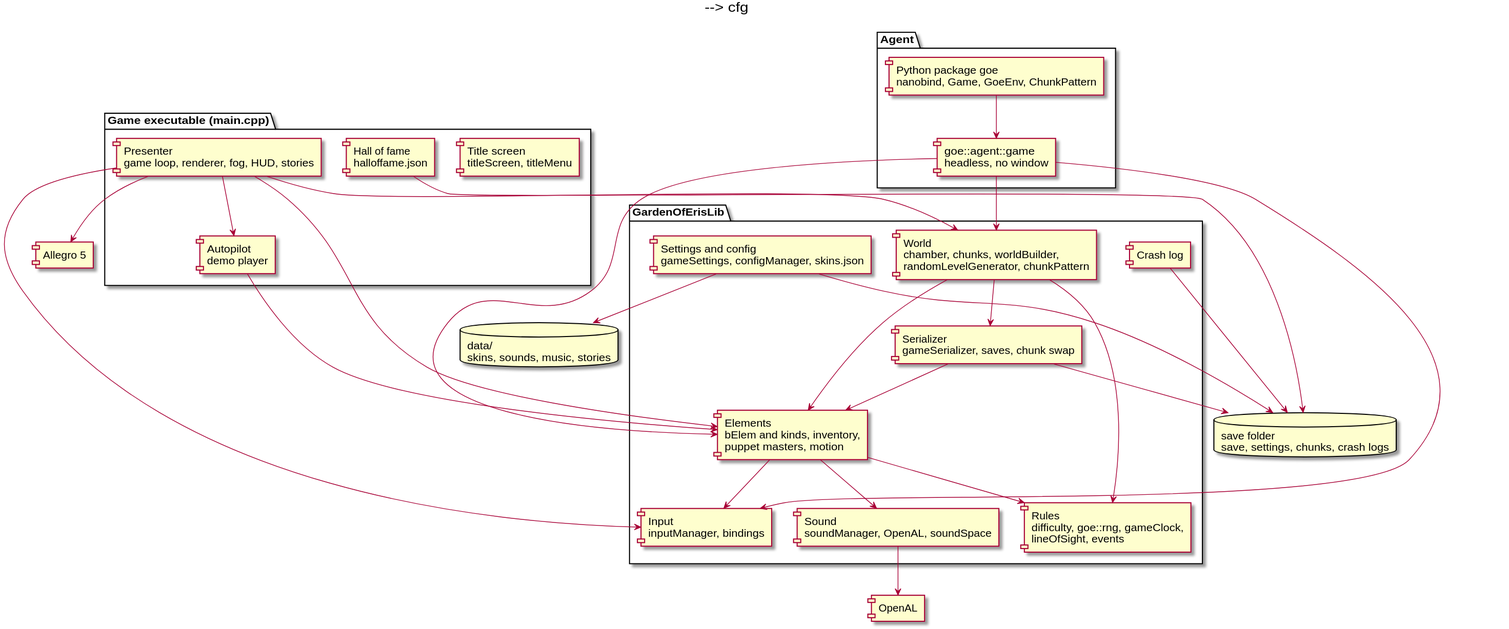
Before: docs/diagrams/14-components.svg, a diagram exported from PlantUML (arielkonopka/Gardens-of-Eris). Its diagram source:
```plantuml
@startuml
title Modules and how they depend on each other
skinparam componentStyle rectangle

package "Game executable (main.cpp)" {
  [Title screen\ntitleScreen, titleMenu] as title
  [Presenter\ngame loop, renderer, fog, HUD, stories] as pres
  [Autopilot\ndemo player] as pilot
  [Hall of fame\nhalloffame.json] as fame
}

package "GardenOfErisLib" {
  [Elements\nbElem and kinds, inventory,\npuppet masters, motion] as elems
  [World\nchamber, chunks, worldBuilder,\nrandomLevelGenerator, chunkPattern] as world
  [Serializer\ngameSerializer, saves, chunk swap] as ser
  [Rules\ndifficulty, goe::rng, gameClock,\nlineOfSight, events] as rules
  [Input\ninputManager, bindings] as input
  [Sound\nsoundManager, OpenAL, soundSpace] as sound
  [Settings and config\ngameSettings, configManager, skins.json] as cfg
  [Crash log] as crash
}

package "Agent" {
  [goe::agent::game\nheadless, no window] as agent
  [Python package goe\nnanobind, Game, GoeEnv, ChunkPattern] as python
}

database "data/\nskins, sounds, music, stories" as data
database "save folder\nsave, settings, chunks, crash logs" as saves
[Allegro 5] as allegro
[OpenAL] as openal

title --> pres
title --> fame
pres --> pilot
pres --> elems
pres --> world
pres --> input
pres --> allegro
pilot --> elems
elems --> rules
elems --> sound
elems --> input
world --> elems
world --> rules
world --> ser
ser --> elems
ser --> saves
fame --> saves
cfg --> data
cfg --> saves
sound --> openal
title --> cfg
crash --> saves
python --> agent
agent --> world
agent --> elems
agent --> input
@enduml
```
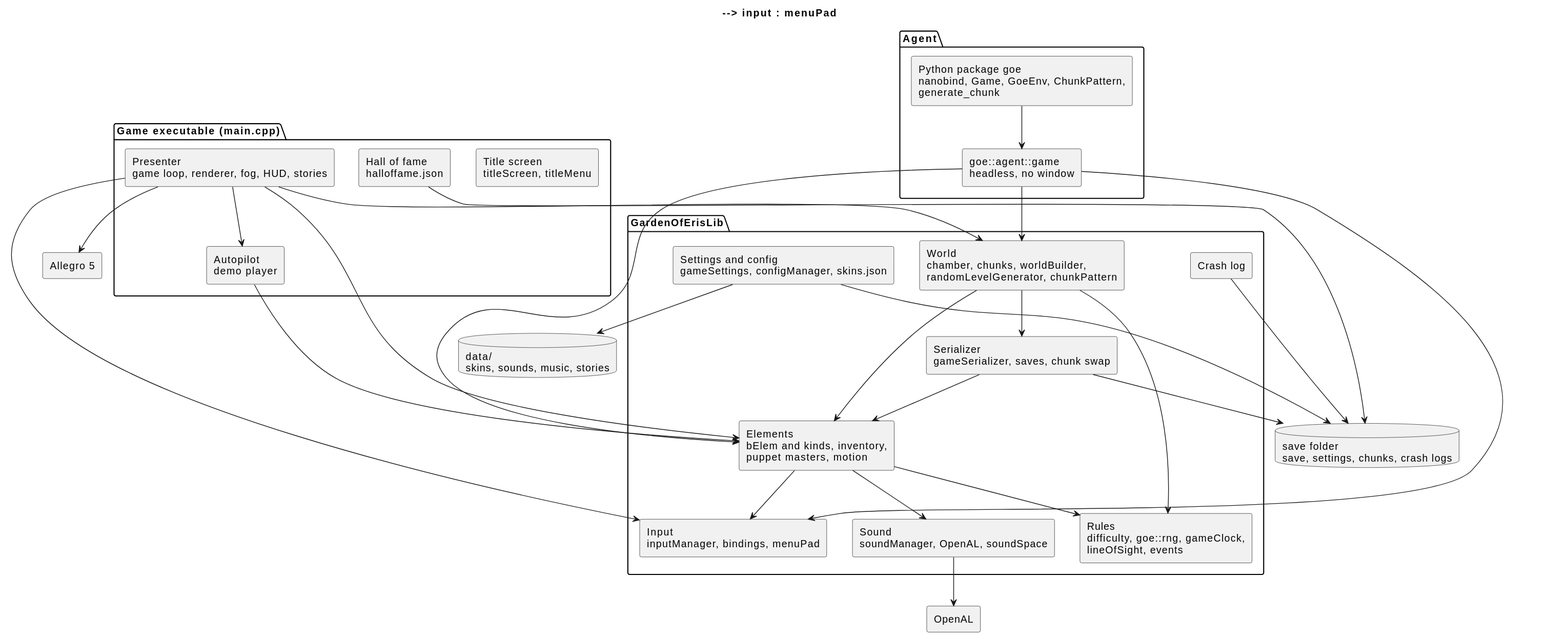
The same file after the commit.

Change to the diagram source:
```diff
@@ -14,7 +14,7 @@
   [World\nchamber, chunks, worldBuilder,\nrandomLevelGenerator, chunkPattern] as world
   [Serializer\ngameSerializer, saves, chunk swap] as ser
   [Rules\ndifficulty, goe::rng, gameClock,\nlineOfSight, events] as rules
-  [Input\ninputManager, bindings] as input
+  [Input\ninputManager, bindings, menuPad] as input
   [Sound\nsoundManager, OpenAL, soundSpace] as sound
   [Settings and config\ngameSettings, configManager, skins.json] as cfg
   [Crash log] as crash
@@ -22,7 +22,7 @@
 
 package "Agent" {
   [goe::agent::game\nheadless, no window] as agent
-  [Python package goe\nnanobind, Game, GoeEnv, ChunkPattern] as python
+  [Python package goe\nnanobind, Game, GoeEnv, ChunkPattern,\ngenerate_chunk] as python
 }
 
 database "data/\nskins, sounds, music, stories" as data
@@ -51,6 +51,7 @@
 cfg --> saves
 sound --> openal
 title --> cfg
+title --> input : menuPad
 crash --> saves
 python --> agent
 agent --> world
```
